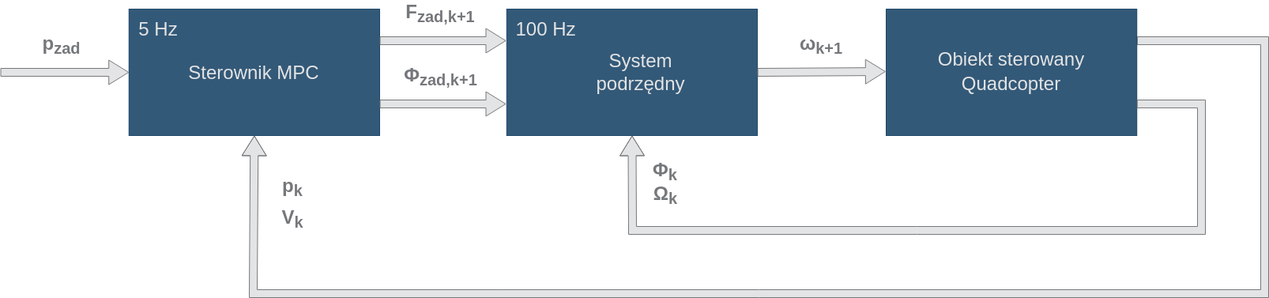
Before: images/struktury_sterowania.drawio.png, a diagram exported from draw.io (froxec/AdaptiveDroneLegacy). Source tidied: cells renumbered, new cells last; positions are measured from the earlier drawing's top-left corner, leaving out a move shared by most shapes.
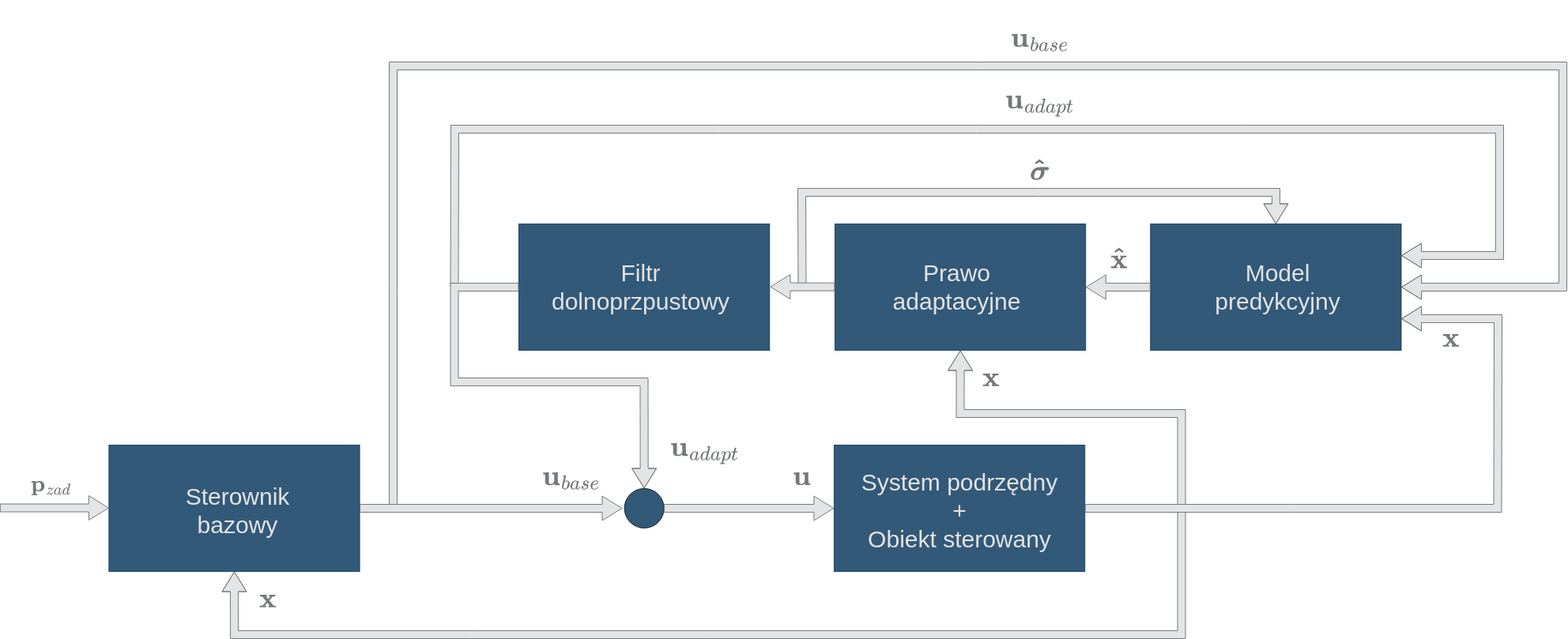
The same diagram one commit later.

What changed in the source:
```diff
@@ -1,89 +1,159 @@
-<mxGraphModel>
+<mxGraphModel math="1">
   <root>
     <mxCell id="0" />
     <mxCell id="1" parent="0" />
-    <mxCell id="2" style="rounded=0;whiteSpace=wrap;html=1;fontSize=16;fillColor=#003057;strokeColor=#003057;opacity=80;" parent="1" vertex="1">
-      <mxGeometry x="162.7" y="10" width="317.3" height="160" as="geometry" />
+    <mxCell id="2" style="shape=flexArrow;endArrow=classic;html=1;rounded=0;labelBackgroundColor=default;strokeColor=#75787B;fontFamily=Arial;fontSize=24;fontColor=#75787B;startSize=8;endSize=8;curved=1;fillColor=#E3E4E5;entryX=1;entryY=0.5;entryDx=0;entryDy=0;" parent="1" edge="1" target="14">
+      <mxGeometry relative="1" as="geometry">
+        <mxPoint x="120" y="970" as="sourcePoint" />
+        <Array as="points">
+          <mxPoint x="120" y="410" />
+          <mxPoint x="1600" y="410" />
+          <mxPoint x="1600" y="690" />
+        </Array>
+      </mxGeometry>
     </mxCell>
-    <mxCell id="3" style="shape=flexArrow;endArrow=classic;html=1;rounded=0;fontSize=12;startSize=8;endSize=8;curved=1;entryX=0;entryY=0.5;entryDx=0;entryDy=0;strokeColor=#75787B;fillColor=#E3E4E5;" parent="1" edge="1" target="2">
+    <mxCell id="3" style="shape=flexArrow;endArrow=classic;html=1;rounded=0;labelBackgroundColor=default;strokeColor=#75787B;fontFamily=Arial;fontSize=24;fontColor=#75787B;startSize=8;endSize=8;curved=1;fillColor=#E3E4E5;entryX=1;entryY=0.25;entryDx=0;entryDy=0;" parent="1" edge="1" target="14">
       <mxGeometry relative="1" as="geometry">
-        <mxPoint y="90" as="sourcePoint" />
+        <mxPoint x="197.5" y="690" as="sourcePoint" />
+        <Array as="points">
+          <mxPoint x="198" y="490" />
+          <mxPoint x="1520" y="490" />
+          <mxPoint x="1520" y="650" />
+        </Array>
       </mxGeometry>
     </mxCell>
-    <mxCell id="4" value="&lt;font color=&quot;#75787b&quot;&gt;p&lt;sub&gt;zad&lt;/sub&gt;&lt;/font&gt;" style="text;html=1;strokeColor=none;fillColor=none;align=center;verticalAlign=middle;whiteSpace=wrap;rounded=0;fontSize=24;fontFamily=Arial;fontStyle=1;labelBackgroundColor=none;labelBorderColor=none;" parent="1" vertex="1">
-      <mxGeometry x="40" y="40" width="74.5" height="30" as="geometry" />
+    <mxCell id="4" style="shape=flexArrow;endArrow=classic;html=1;rounded=0;labelBackgroundColor=default;strokeColor=#75787B;fontFamily=Arial;fontSize=24;fontColor=#75787B;startSize=8;endSize=8;curved=1;fillColor=#E3E4E5;entryX=0.5;entryY=1;entryDx=0;entryDy=0;" parent="1" edge="1" target="7">
+      <mxGeometry relative="1" as="geometry">
+        <mxPoint x="1117.5" y="970" as="sourcePoint" />
+        <Array as="points">
+          <mxPoint x="1117.5" y="1130" />
+          <mxPoint x="-81" y="1130" />
+        </Array>
+      </mxGeometry>
     </mxCell>
-    <mxCell id="5" value="&lt;div&gt;&lt;font color=&quot;#e3e4e5&quot;&gt;Sterownik MPC&lt;/font&gt;&lt;/div&gt;" style="text;html=1;strokeColor=none;fillColor=none;align=center;verticalAlign=middle;whiteSpace=wrap;rounded=0;fontSize=24;fontFamily=Arial;fontColor=default;" parent="1" vertex="1">
-      <mxGeometry x="227.4" y="75" width="188" height="30" as="geometry" />
+    <mxCell id="5" style="shape=flexArrow;endArrow=classic;html=1;rounded=0;labelBackgroundColor=default;strokeColor=#75787B;fontFamily=Arial;fontSize=24;fontColor=#75787B;startSize=8;endSize=8;curved=1;fillColor=#E3E4E5;entryX=0.5;entryY=0;entryDx=0;entryDy=0;" parent="1" edge="1" target="14">
+      <mxGeometry relative="1" as="geometry">
+        <mxPoint x="637.5" y="690" as="sourcePoint" />
+        <Array as="points">
+          <mxPoint x="637" y="570" />
+          <mxPoint x="1237" y="570" />
+        </Array>
+      </mxGeometry>
     </mxCell>
-    <mxCell id="6" style="shape=flexArrow;endArrow=classic;html=1;rounded=0;fontFamily=Arial;fontSize=24;fontColor=default;startSize=8;endSize=8;curved=1;entryX=0.5;entryY=1;entryDx=0;entryDy=0;strokeColor=#75787B;fillColor=#E3E4E5;exitX=1;exitY=0.25;exitDx=0;exitDy=0;" parent="1" edge="1" source="16" target="2">
+    <mxCell id="6" style="shape=flexArrow;endArrow=classic;html=1;rounded=0;labelBackgroundColor=default;strokeColor=#75787B;fontFamily=Arial;fontSize=24;fontColor=#75787B;startSize=8;endSize=8;curved=1;fillColor=#E3E4E5;entryX=0.5;entryY=1;entryDx=0;entryDy=0;" parent="1" edge="1" target="13">
       <mxGeometry relative="1" as="geometry">
+        <mxPoint x="1117.5" y="970" as="sourcePoint" />
         <Array as="points">
-          <mxPoint x="1600" y="50" />
-          <mxPoint x="1600" y="370" />
-          <mxPoint x="320" y="370" />
+          <mxPoint x="1117.5" y="850" />
+          <mxPoint x="837.5" y="850" />
         </Array>
       </mxGeometry>
     </mxCell>
-    <mxCell id="7" value="p&lt;sub&gt;k&lt;/sub&gt;" style="text;html=1;strokeColor=none;fillColor=none;align=center;verticalAlign=middle;whiteSpace=wrap;rounded=0;fontSize=24;fontFamily=Arial;fontColor=#75787B;fontStyle=1;" parent="1" vertex="1">
-      <mxGeometry x="340" y="220" width="60" height="30" as="geometry" />
+    <mxCell id="7" style="rounded=0;whiteSpace=wrap;html=1;fontSize=16;fillColor=#003057;strokeColor=#003057;opacity=80;" parent="1" vertex="1">
+      <mxGeometry x="-239.7" y="890" width="317.3" height="160" as="geometry" />
     </mxCell>
-    <mxCell id="8" style="shape=flexArrow;endArrow=classic;html=1;rounded=0;labelBackgroundColor=default;strokeColor=#75787B;fontFamily=Arial;fontSize=24;fontColor=#75787B;startSize=8;endSize=8;curved=1;exitX=1;exitY=0.25;exitDx=0;exitDy=0;fillColor=#E3E4E5;" parent="1" edge="1" source="2">
-      <mxGeometry relative="1" as="geometry">
-        <mxPoint x="640" y="50" as="targetPoint" />
-      </mxGeometry>
+    <mxCell id="8" style="rounded=0;whiteSpace=wrap;html=1;fontSize=16;fillColor=#003057;strokeColor=#003057;opacity=80;" parent="1" vertex="1">
+      <mxGeometry x="677.9" y="890" width="317.3" height="160" as="geometry" />
     </mxCell>
-    <mxCell id="9" value="F&lt;sub&gt;zad,k+1&lt;br&gt;&lt;/sub&gt;" style="text;html=1;strokeColor=none;fillColor=none;align=center;verticalAlign=middle;whiteSpace=wrap;rounded=0;fontSize=24;fontFamily=Arial;fontColor=#75787B;fontStyle=1;" parent="1" vertex="1">
-      <mxGeometry x="527" width="60" height="30" as="geometry" />
+    <mxCell id="9" style="shape=flexArrow;endArrow=classic;html=1;rounded=0;labelBackgroundColor=default;strokeColor=#75787B;fontFamily=Arial;fontSize=24;fontColor=#75787B;startSize=8;endSize=8;curved=1;exitX=1;exitY=0.5;exitDx=0;exitDy=0;fillColor=#E3E4E5;" parent="1" edge="1" source="7">
+      <mxGeometry relative="1" as="geometry">
+        <mxPoint x="410" y="970" as="targetPoint" />
+      </mxGeometry>
     </mxCell>
-    <mxCell id="10" style="shape=flexArrow;endArrow=classic;html=1;rounded=0;labelBackgroundColor=default;strokeColor=#75787B;fontFamily=Arial;fontSize=24;fontColor=#75787B;startSize=8;endSize=8;curved=1;exitX=1;exitY=0.75;exitDx=0;exitDy=0;fillColor=#E3E4E5;" parent="1" edge="1" source="2">
-      <mxGeometry relative="1" as="geometry">
-        <mxPoint x="640" y="130" as="targetPoint" />
-      </mxGeometry>
+    <mxCell id="10" value="&lt;div style=&quot;font-size: 30px;&quot;&gt;&lt;font style=&quot;font-size: 30px;&quot; color=&quot;#e3e4e5&quot;&gt;Sterownik&lt;/font&gt;&lt;/div&gt;&lt;div style=&quot;font-size: 30px;&quot;&gt;&lt;font style=&quot;font-size: 30px;&quot; color=&quot;#e3e4e5&quot;&gt;bazowy&lt;br&gt;&lt;/font&gt;&lt;/div&gt;" style="text;html=1;strokeColor=none;fillColor=none;align=center;verticalAlign=middle;whiteSpace=wrap;rounded=0;fontSize=24;fontFamily=Arial;fontColor=default;" parent="1" vertex="1">
+      <mxGeometry x="-175" y="960" width="197.4" height="25" as="geometry" />
     </mxCell>
-    <mxCell id="11" value="V&lt;sub&gt;k&lt;/sub&gt;" style="text;html=1;strokeColor=none;fillColor=none;align=center;verticalAlign=middle;whiteSpace=wrap;rounded=0;fontSize=24;fontFamily=Arial;fontColor=#75787B;fontStyle=1;" parent="1" vertex="1">
-      <mxGeometry x="340" y="260" width="60" height="30" as="geometry" />
+    <mxCell id="11" value="&lt;div style=&quot;font-size: 30px;&quot;&gt;&lt;font style=&quot;font-size: 30px;&quot; color=&quot;#e3e4e5&quot;&gt;System podrzędny +&lt;/font&gt;&lt;/div&gt;&lt;div style=&quot;font-size: 30px;&quot;&gt;&lt;font style=&quot;font-size: 30px;&quot; color=&quot;#e3e4e5&quot;&gt;Obiekt sterowany&lt;/font&gt;&lt;/div&gt;" style="text;html=1;strokeColor=none;fillColor=none;align=center;verticalAlign=middle;whiteSpace=wrap;rounded=0;fontSize=24;fontFamily=Arial;fontColor=default;" parent="1" vertex="1">
+      <mxGeometry x="705.3" y="930.8" width="264.4" height="83.5" as="geometry" />
     </mxCell>
-    <mxCell id="12" value="&lt;b&gt;Φ&lt;sub&gt;zad,k+1&lt;/sub&gt;&lt;/b&gt;" style="text;html=1;strokeColor=none;fillColor=none;align=center;verticalAlign=middle;whiteSpace=wrap;rounded=0;fontSize=24;fontFamily=Arial;fontColor=#75787B;" parent="1" vertex="1">
-      <mxGeometry x="489.5" y="80" width="135" height="30" as="geometry" />
+    <mxCell id="12" style="rounded=0;whiteSpace=wrap;html=1;fontSize=16;fillColor=#003057;strokeColor=#003057;opacity=80;" parent="1" vertex="1">
+      <mxGeometry x="279" y="610" width="317.3" height="160" as="geometry" />
     </mxCell>
     <mxCell id="13" style="rounded=0;whiteSpace=wrap;html=1;fontSize=16;fillColor=#003057;strokeColor=#003057;opacity=80;" parent="1" vertex="1">
-      <mxGeometry x="640.8" y="10" width="317.3" height="160" as="geometry" />
+      <mxGeometry x="678.9" y="610" width="317.3" height="160" as="geometry" />
     </mxCell>
-    <mxCell id="14" value="&lt;font color=&quot;#e3e4e5&quot;&gt;System podrzędny&lt;/font&gt;" style="text;html=1;strokeColor=none;fillColor=none;align=center;verticalAlign=middle;whiteSpace=wrap;rounded=0;fontSize=24;fontFamily=Arial;fontColor=default;" parent="1" vertex="1">
-      <mxGeometry x="710.9" y="75" width="199.5" height="30" as="geometry" />
+    <mxCell id="14" style="rounded=0;whiteSpace=wrap;html=1;fontSize=16;fillColor=#003057;strokeColor=#003057;opacity=80;" parent="1" vertex="1">
+      <mxGeometry x="1078.2" y="610" width="317.3" height="160" as="geometry" />
     </mxCell>
-    <mxCell id="15" style="shape=flexArrow;endArrow=classic;html=1;rounded=0;labelBackgroundColor=default;strokeColor=#75787B;fontFamily=Arial;fontSize=24;fontColor=#75787B;startSize=8;endSize=8;curved=1;exitX=1;exitY=0.5;exitDx=0;exitDy=0;fillColor=#E3E4E5;" parent="1" edge="1" source="13">
-      <mxGeometry relative="1" as="geometry">
-        <mxPoint x="1120.4" y="89" as="targetPoint" />
-      </mxGeometry>
+    <mxCell id="15" value="&lt;font style=&quot;font-size: 30px;&quot; color=&quot;#e3e4e5&quot;&gt;Model predykcyjny&lt;br&gt;&lt;/font&gt;" style="text;html=1;strokeColor=none;fillColor=none;align=center;verticalAlign=middle;whiteSpace=wrap;rounded=0;fontSize=24;fontFamily=Arial;fontColor=default;" parent="1" vertex="1">
+      <mxGeometry x="1139.8" y="675" width="199.5" height="30" as="geometry" />
     </mxCell>
-    <mxCell id="16" value="&lt;div style=&quot;font-size: 24px;&quot;&gt;&lt;font style=&quot;font-size: 24px;&quot; color=&quot;#e3e4e5&quot; face=&quot;Arial&quot;&gt;Obiekt sterowany&lt;/font&gt;&lt;/div&gt;&lt;div style=&quot;font-size: 24px;&quot;&gt;&lt;font style=&quot;font-size: 24px;&quot; color=&quot;#e3e4e5&quot; face=&quot;Arial&quot;&gt;Quadcopter&lt;br&gt;&lt;/font&gt;&lt;/div&gt;" style="rounded=0;whiteSpace=wrap;html=1;fontSize=16;fillColor=#003057;strokeColor=#003057;opacity=80;" parent="1" vertex="1">
-      <mxGeometry x="1121" y="10" width="317.3" height="160" as="geometry" />
+    <mxCell id="16" style="shape=flexArrow;endArrow=classic;html=1;rounded=0;labelBackgroundColor=default;strokeColor=#75787B;fontFamily=Arial;fontSize=24;fontColor=#75787B;startSize=8;endSize=8;curved=1;fillColor=#E3E4E5;entryX=1;entryY=0.75;entryDx=0;entryDy=0;exitX=1;exitY=0.5;exitDx=0;exitDy=0;" parent="1" edge="1" source="8" target="14">
+      <mxGeometry relative="1" as="geometry">
+        <Array as="points">
+          <mxPoint x="1517.5" y="970" />
+          <mxPoint x="1518" y="730" />
+        </Array>
+      </mxGeometry>
     </mxCell>
-    <mxCell id="17" value="ω&lt;sub&gt;k+1&lt;/sub&gt;" style="text;html=1;strokeColor=none;fillColor=none;align=center;verticalAlign=middle;whiteSpace=wrap;rounded=0;fontSize=24;fontFamily=Arial;fontColor=#75787B;fontStyle=1;" parent="1" vertex="1">
-      <mxGeometry x="1008.7" y="40" width="60" height="30" as="geometry" />
+    <mxCell id="17" style="shape=flexArrow;endArrow=classic;html=1;rounded=0;labelBackgroundColor=default;strokeColor=#75787B;fontFamily=Arial;fontSize=24;fontColor=#75787B;startSize=8;endSize=8;curved=1;exitX=0;exitY=0.5;exitDx=0;exitDy=0;fillColor=#E3E4E5;entryX=1;entryY=0.5;entryDx=0;entryDy=0;" parent="1" edge="1" source="14" target="13">
+      <mxGeometry relative="1" as="geometry" />
     </mxCell>
-    <mxCell id="18" style="shape=flexArrow;endArrow=classic;html=1;rounded=0;fontFamily=Arial;fontSize=24;fontColor=default;startSize=8;endSize=8;curved=1;entryX=0.5;entryY=1;entryDx=0;entryDy=0;strokeColor=#75787B;fillColor=#E3E4E5;exitX=1;exitY=0.75;exitDx=0;exitDy=0;" parent="1" edge="1" source="16" target="13">
+    <mxCell id="18" style="shape=flexArrow;endArrow=classic;html=1;rounded=0;labelBackgroundColor=default;strokeColor=#75787B;fontFamily=Arial;fontSize=24;fontColor=#75787B;startSize=8;endSize=8;curved=1;exitX=0;exitY=0.5;exitDx=0;exitDy=0;fillColor=#E3E4E5;entryX=1;entryY=0.5;entryDx=0;entryDy=0;" parent="1" edge="1">
       <mxGeometry relative="1" as="geometry">
-        <Array as="points">
-          <mxPoint x="1520" y="130" />
-          <mxPoint x="1520" y="290" />
-          <mxPoint x="800" y="290" />
-        </Array>
+        <mxPoint x="678.9" y="689.6" as="sourcePoint" />
+        <mxPoint x="596.9" y="689.6" as="targetPoint" />
       </mxGeometry>
     </mxCell>
-    <mxCell id="19" value="&lt;b&gt;Φ&lt;sub&gt;k&lt;/sub&gt;&lt;/b&gt;" style="text;html=1;strokeColor=none;fillColor=none;align=center;verticalAlign=middle;whiteSpace=wrap;rounded=0;fontSize=24;fontFamily=Arial;fontColor=#75787B;" parent="1" vertex="1">
-      <mxGeometry x="807" y="200" width="69" height="30" as="geometry" />
+    <mxCell id="19" value="&lt;font style=&quot;font-size: 30px;&quot; color=&quot;#e3e4e5&quot;&gt;Prawo adaptacyjne&lt;br&gt;&lt;/font&gt;" style="text;html=1;strokeColor=none;fillColor=none;align=center;verticalAlign=middle;whiteSpace=wrap;rounded=0;fontSize=24;fontFamily=Arial;fontColor=default;" parent="1" vertex="1">
+      <mxGeometry x="733.8" y="675" width="199.5" height="30" as="geometry" />
     </mxCell>
-    <mxCell id="20" value="&lt;b&gt;Ω&lt;sub&gt;k&lt;/sub&gt;&lt;/b&gt;" style="text;html=1;strokeColor=none;fillColor=none;align=center;verticalAlign=middle;whiteSpace=wrap;rounded=0;fontSize=24;fontFamily=Arial;fontColor=#75787B;" parent="1" vertex="1">
-      <mxGeometry x="811.5" y="230" width="60" height="30" as="geometry" />
+    <mxCell id="20" value="&lt;font style=&quot;font-size: 30px;&quot; color=&quot;#e3e4e5&quot;&gt;Filtr dolnoprzpustowy&lt;br&gt;&lt;/font&gt;" style="text;html=1;strokeColor=none;fillColor=none;align=center;verticalAlign=middle;whiteSpace=wrap;rounded=0;fontSize=24;fontFamily=Arial;fontColor=default;" parent="1" vertex="1">
+      <mxGeometry x="334" y="675" width="199.5" height="30" as="geometry" />
     </mxCell>
-    <mxCell id="21" value="5 Hz" style="text;html=1;strokeColor=none;fillColor=none;align=center;verticalAlign=middle;whiteSpace=wrap;rounded=0;fontSize=24;fontFamily=Arial;fontColor=#E3E4E5;" parent="1" vertex="1">
-      <mxGeometry x="170" y="20" width="60" height="30" as="geometry" />
+    <mxCell id="21" style="shape=flexArrow;endArrow=classic;html=1;rounded=0;labelBackgroundColor=default;strokeColor=#75787B;fontFamily=Arial;fontSize=24;fontColor=#75787B;startSize=8;endSize=8;curved=1;fillColor=#E3E4E5;exitX=0;exitY=0.5;exitDx=0;exitDy=0;" parent="1" edge="1" source="12" target="22">
+      <mxGeometry relative="1" as="geometry">
+        <Array as="points">
+          <mxPoint x="197.5" y="690" />
+          <mxPoint x="197.5" y="810" />
+          <mxPoint x="437.5" y="810" />
+        </Array>
+      </mxGeometry>
     </mxCell>
-    <mxCell id="22" value="100 Hz" style="text;html=1;strokeColor=none;fillColor=none;align=center;verticalAlign=middle;whiteSpace=wrap;rounded=0;fontSize=24;fontFamily=Arial;fontColor=#E3E4E5;" parent="1" vertex="1">
-      <mxGeometry x="650.9" y="20" width="79.1" height="30" as="geometry" />
+    <mxCell id="22" style="ellipse;whiteSpace=wrap;html=1;fillColor=#003057;opacity=80;" parent="1" vertex="1">
+      <mxGeometry x="412.6" y="945" width="50" height="50" as="geometry" />
     </mxCell>
+    <mxCell id="23" style="shape=flexArrow;endArrow=classic;html=1;rounded=0;labelBackgroundColor=default;strokeColor=#75787B;fontFamily=Arial;fontSize=24;fontColor=#75787B;startSize=8;endSize=8;curved=1;exitX=1;exitY=0.5;exitDx=0;exitDy=0;fillColor=#E3E4E5;entryX=0;entryY=0.5;entryDx=0;entryDy=0;" parent="1" edge="1" source="22" target="8">
+      <mxGeometry relative="1" as="geometry" />
+    </mxCell>
+    <mxCell id="24" value="&lt;font color=&quot;#75787b&quot;&gt;$$\mathbf{p}_{zad}$$&lt;/font&gt;" style="text;html=1;strokeColor=none;fillColor=none;align=center;verticalAlign=middle;whiteSpace=wrap;rounded=0;fontSize=24;fontFamily=Arial;fontStyle=1;labelBackgroundColor=none;labelBorderColor=none;" parent="1" vertex="1">
+      <mxGeometry x="-349.7" y="925" width="74.5" height="30" as="geometry" />
+    </mxCell>
+    <mxCell id="25" value="&lt;div style=&quot;font-size: 30px;&quot;&gt;&lt;b style=&quot;font-size: 30px;&quot;&gt;$$\textbf{u}_{adapt}$$&lt;/b&gt;&lt;/div&gt;" style="text;html=1;strokeColor=none;fillColor=none;align=center;verticalAlign=middle;whiteSpace=wrap;rounded=0;fontSize=30;fontFamily=Arial;fontColor=#75787B;" parent="1" vertex="1">
+      <mxGeometry x="446.9" y="880" width="135" height="30" as="geometry" />
+    </mxCell>
+    <mxCell id="26" value="&lt;div style=&quot;font-size: 30px;&quot;&gt;&lt;b style=&quot;font-size: 30px;&quot;&gt;$$\textbf{u}_{base}$$&lt;/b&gt;&lt;/div&gt;" style="text;html=1;strokeColor=none;fillColor=none;align=center;verticalAlign=middle;whiteSpace=wrap;rounded=0;fontSize=30;fontFamily=Arial;fontColor=#75787B;" parent="1" vertex="1">
+      <mxGeometry x="277.6" y="915" width="135" height="30" as="geometry" />
+    </mxCell>
+    <mxCell id="27" value="&lt;div style=&quot;font-size: 30px;&quot;&gt;&lt;font color=&quot;#75787b&quot; face=&quot;Arial&quot; style=&quot;font-size: 30px;&quot;&gt;&lt;b style=&quot;font-size: 30px;&quot;&gt;$$\boldsymbol{\hat{\sigma}}$$&lt;/b&gt;&lt;/font&gt;&lt;/div&gt;" style="text;html=1;strokeColor=none;fillColor=none;align=center;verticalAlign=middle;whiteSpace=wrap;rounded=0;fontSize=30;" parent="1" vertex="1">
+      <mxGeometry x="922.6" y="530" width="31" height="30" as="geometry" />
+    </mxCell>
+    <mxCell id="28" value="&lt;div style=&quot;font-size: 30px;&quot;&gt;&lt;b style=&quot;font-size: 30px;&quot;&gt;$$\textbf{u}$$&lt;/b&gt;&lt;/div&gt;" style="text;html=1;strokeColor=none;fillColor=none;align=center;verticalAlign=middle;whiteSpace=wrap;rounded=0;fontSize=30;fontFamily=Arial;fontColor=#75787B;" parent="1" vertex="1">
+      <mxGeometry x="570" y="915" width="135" height="30" as="geometry" />
+    </mxCell>
+    <mxCell id="29" value="&lt;div style=&quot;font-size: 30px;&quot;&gt;&lt;b style=&quot;font-size: 30px;&quot;&gt;$$\textbf{x}$$&lt;/b&gt;&lt;/div&gt;" style="text;html=1;strokeColor=none;fillColor=none;align=center;verticalAlign=middle;whiteSpace=wrap;rounded=0;fontSize=30;fontFamily=Arial;fontColor=#75787B;" parent="1" vertex="1">
+      <mxGeometry x="809" y="790" width="135" height="30" as="geometry" />
+    </mxCell>
+    <mxCell id="30" value="&lt;div style=&quot;font-size: 30px;&quot;&gt;&lt;b style=&quot;font-size: 30px;&quot;&gt;$$\mathbf{\hat{x}}$$&lt;/b&gt;&lt;/div&gt;" style="text;html=1;strokeColor=none;fillColor=none;align=center;verticalAlign=middle;whiteSpace=wrap;rounded=0;fontSize=30;fontFamily=Arial;fontColor=#75787B;" parent="1" vertex="1">
+      <mxGeometry x="970.5" y="640" width="135" height="30" as="geometry" />
+    </mxCell>
+    <mxCell id="31" value="&lt;div style=&quot;font-size: 30px;&quot;&gt;&lt;b style=&quot;font-size: 30px;&quot;&gt;$$\textbf{x}$$&lt;/b&gt;&lt;/div&gt;" style="text;html=1;strokeColor=none;fillColor=none;align=center;verticalAlign=middle;whiteSpace=wrap;rounded=0;fontSize=30;fontFamily=Arial;fontColor=#75787B;" parent="1" vertex="1">
+      <mxGeometry x="1391" y="740" width="135" height="30" as="geometry" />
+    </mxCell>
+    <mxCell id="32" value="&lt;div style=&quot;font-size: 30px;&quot;&gt;&lt;b style=&quot;font-size: 30px;&quot;&gt;$$\textbf{x}$$&lt;/b&gt;&lt;/div&gt;" style="text;html=1;strokeColor=none;fillColor=none;align=center;verticalAlign=middle;whiteSpace=wrap;rounded=0;fontSize=30;fontFamily=Arial;fontColor=#75787B;" parent="1" vertex="1">
+      <mxGeometry x="-105.9" y="1070" width="135" height="30" as="geometry" />
+    </mxCell>
+    <mxCell id="33" style="shape=flexArrow;endArrow=classic;html=1;rounded=0;labelBackgroundColor=default;strokeColor=#75787B;fontFamily=Arial;fontSize=24;fontColor=#75787B;startSize=8;endSize=8;curved=1;exitX=1;exitY=0.5;exitDx=0;exitDy=0;fillColor=#E3E4E5;entryX=0;entryY=0.5;entryDx=0;entryDy=0;" parent="1" edge="1">
+      <mxGeometry relative="1" as="geometry">
+        <mxPoint x="-377.7" y="969.5" as="sourcePoint" />
+        <mxPoint x="-239.7" y="969.5" as="targetPoint" />
+      </mxGeometry>
+    </mxCell>
+    <mxCell id="34" value="&lt;div style=&quot;font-size: 30px;&quot;&gt;&lt;b style=&quot;font-size: 30px;&quot;&gt;$$\textbf{u}_{adapt}$$&lt;/b&gt;&lt;/div&gt;" style="text;html=1;strokeColor=none;fillColor=none;align=center;verticalAlign=middle;whiteSpace=wrap;rounded=0;fontSize=30;fontFamily=Arial;fontColor=#75787B;" parent="1" vertex="1">
+      <mxGeometry x="870.6" y="440" width="135" height="30" as="geometry" />
+    </mxCell>
+    <mxCell id="35" value="&lt;div style=&quot;font-size: 30px;&quot;&gt;&lt;b style=&quot;font-size: 30px;&quot;&gt;$$\textbf{u}_{base}$$&lt;/b&gt;&lt;/div&gt;" style="text;html=1;strokeColor=none;fillColor=none;align=center;verticalAlign=middle;whiteSpace=wrap;rounded=0;fontSize=30;fontFamily=Arial;fontColor=#75787B;" parent="1" vertex="1">
+      <mxGeometry x="870.6" y="360" width="135" height="30" as="geometry" />
+    </mxCell>
   </root>
 </mxGraphModel>
```
